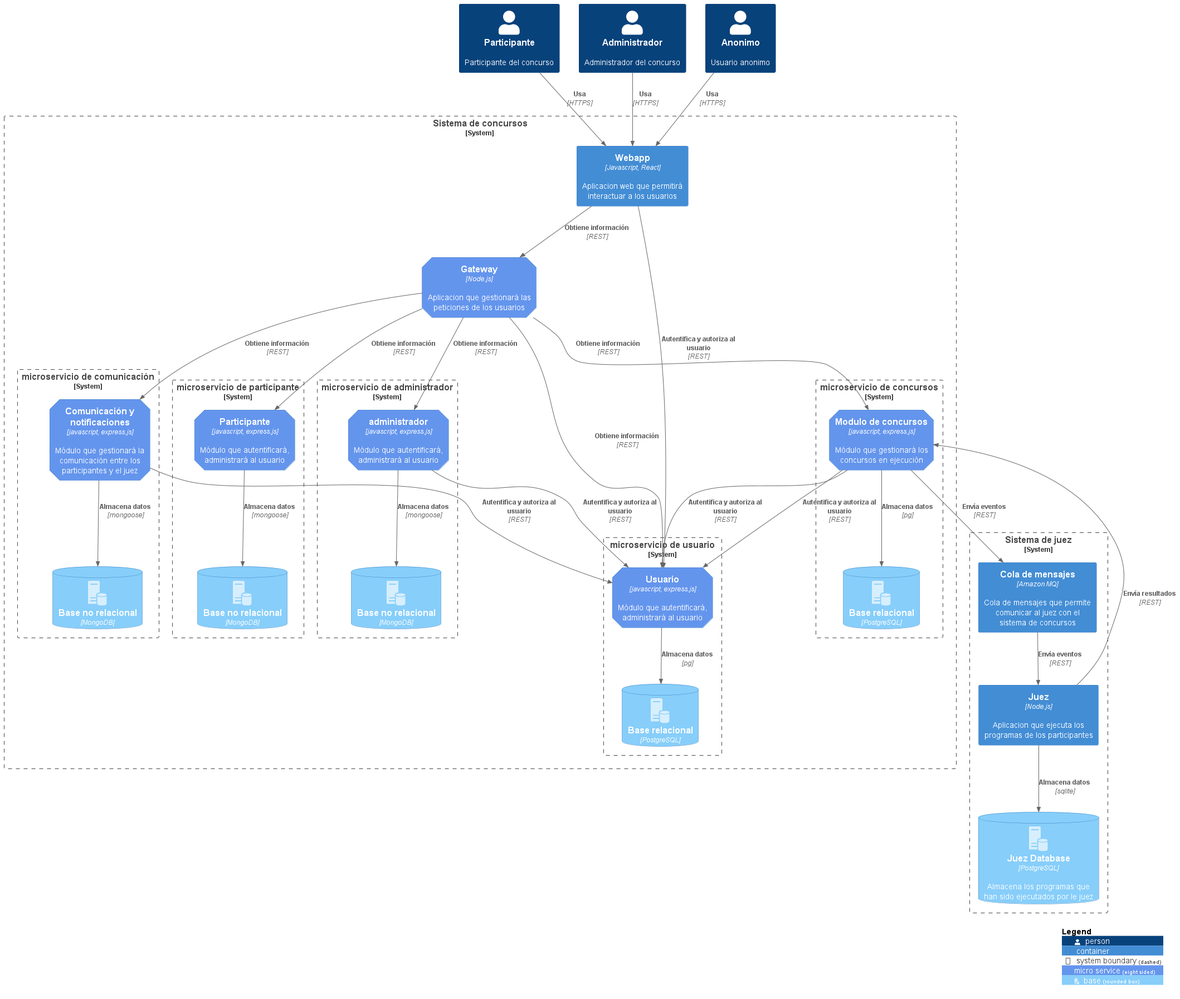
Earlier version of the PlantUML export diagrams/diagrama arquitectura.png (ulima-arqui-sw/arquisoftware-grupo02).
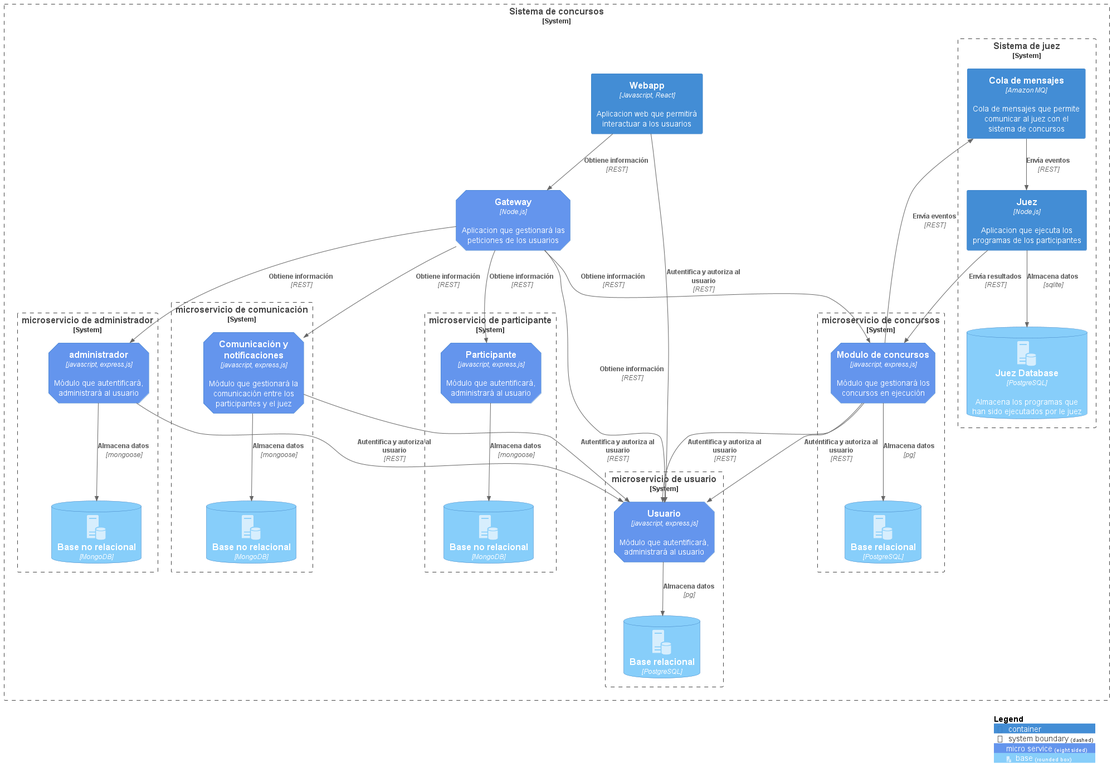
After the commit.

What changed in the source:
```diff
@@ -17,9 +17,6 @@
 AddElementTag("servicios", $shape=EightSidedShape(), $bgColor="CornflowerBlue", $fontColor="white", $legendText="micro service\neight sided")
 AddElementTag("base", $shape=RoundedBoxShape(), $bgColor="lightSkyBlue",$sprite="database_server", $fontColor="white")
 
-Person(customer, Participante, "Participante del concurso")
-Person(admin, Administrador, "Administrador del concurso")
-Person(anonimo, Anonimo, "Usuario anonimo")
 
 System_Boundary(c1, "Sistema de concursos") {
     Container(webapp, "Webapp", "Javascript, React", "Aplicacion web que permitirá interactuar a los usuarios")
@@ -50,13 +47,13 @@
         ContainerDb(base_administrador, "Base no relacional", "MongoDB", "", $tags = "base")
     }
 
+    System_Boundary(c2, "Sistema de juez"){
+        Container(juez, "Juez", "Node.js", "Aplicacion que ejecuta los programas de los participantes")
+        Container(queue_juez, "Cola de mensajes", "Amazon MQ", "Cola de mensajes que permite comunicar al juez con el sistema de concursos")
+        ContainerDb(juez_db, "Juez Database", "PostgreSQL", "Almacena los programas que han sido ejecutados por le juez", $tags = "base")
+    }
 }
 
-System_Boundary(c2, "Sistema de juez"){
-    Container(juez, "Juez", "Node.js", "Aplicacion que ejecuta los programas de los participantes")
-    Container(queue_juez, "Cola de mensajes", "Amazon MQ", "Cola de mensajes que permite comunicar al juez con el sistema de concursos")
-    ContainerDb(juez_db, "Juez Database", "PostgreSQL", "Almacena los programas que han sido ejecutados por le juez", $tags = "base")
-}
 
 Rel(webapp, gateway, "Obtiene información", "REST")
 Rel(gateway, concurso, "Obtiene información", "REST")
@@ -70,10 +67,6 @@
 Rel(participante, base_participante, "Almacena datos", "mongoose")
 Rel(administrador, base_administrador, "Almacena datos", "mongoose")
 
-
-Rel(customer, webapp, "Usa", "HTTPS")
-Rel(admin, webapp, "Usa", "HTTPS")
-Rel(anonimo, webapp, "Usa", "HTTPS")
 
 Rel(webapp, auth, "Autentifica y autoriza al usuario", "REST")
 Rel(concurso, auth, "Autentifica y autoriza al usuario", "REST")
@@ -90,12 +83,5 @@
 
 Rel(concurso, queue_juez, "Envía eventos", "REST")
 
-
-
-
-
-
-
-
 SHOW_LEGEND()
 @enduml
```
